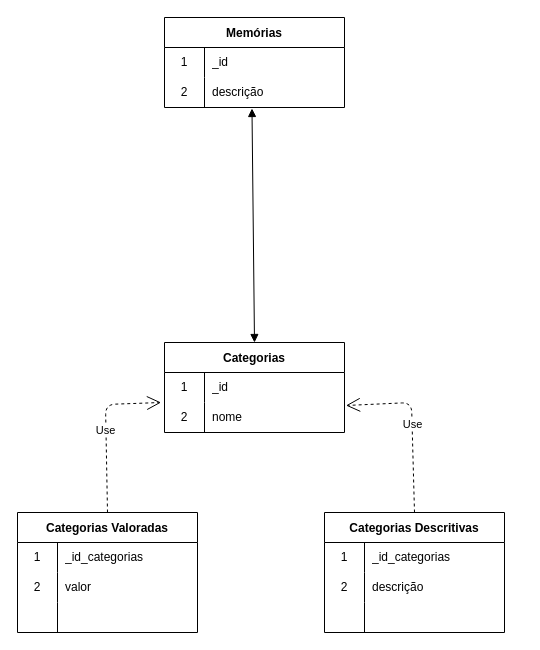
Before: docs/diagrama_de_dados_aurora.drawio in marvinho-tn/aurora, a draw.io diagram. Source tidied: cells renumbered, new cells numbered last; positions are measured from the earlier drawing's top-left corner, leaving out a move shared by most shapes. Both pictures are drawn from the tidied source at 100%, with x=0, y=0 at pixel (17, 17).
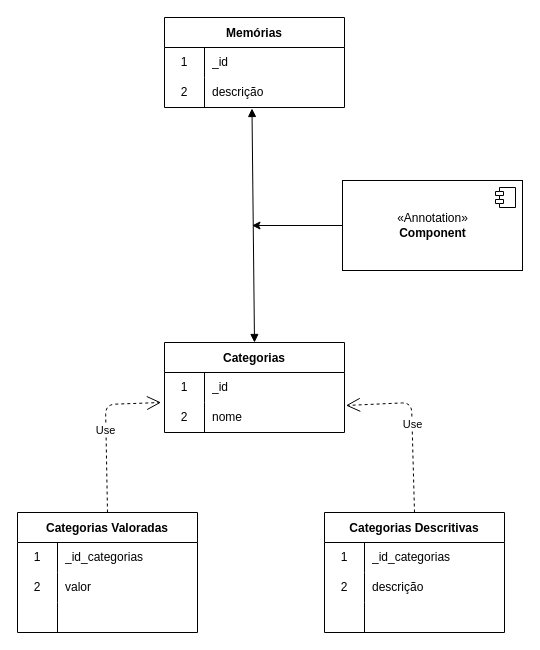
Above is the later version.

What changed in the source:
```diff
@@
+    <mxCell id="39" style="edgeStyle=none;html=1;" parent="1" edge="1" source="40">
+      <mxGeometry relative="1" as="geometry">
+        <mxPoint x="234.5" y="208" as="targetPoint" />
+      </mxGeometry>
+    </mxCell>
+    <mxCell id="40" value="&amp;laquo;Annotation&amp;raquo;&lt;br/&gt;&lt;b&gt;Component&lt;/b&gt;" style="html=1;" parent="1" vertex="1">
+      <mxGeometry x="325" y="163" width="180" height="90" as="geometry" />
+    </mxCell>
+    <mxCell id="41" style="shape=module;jettyWidth=8;jettyHeight=4;" parent="40" vertex="1">
+      <mxGeometry x="1" width="20" height="20" relative="1" as="geometry">
+        <mxPoint x="-27" y="7" as="offset" />
+      </mxGeometry>
+    </mxCell>
```
